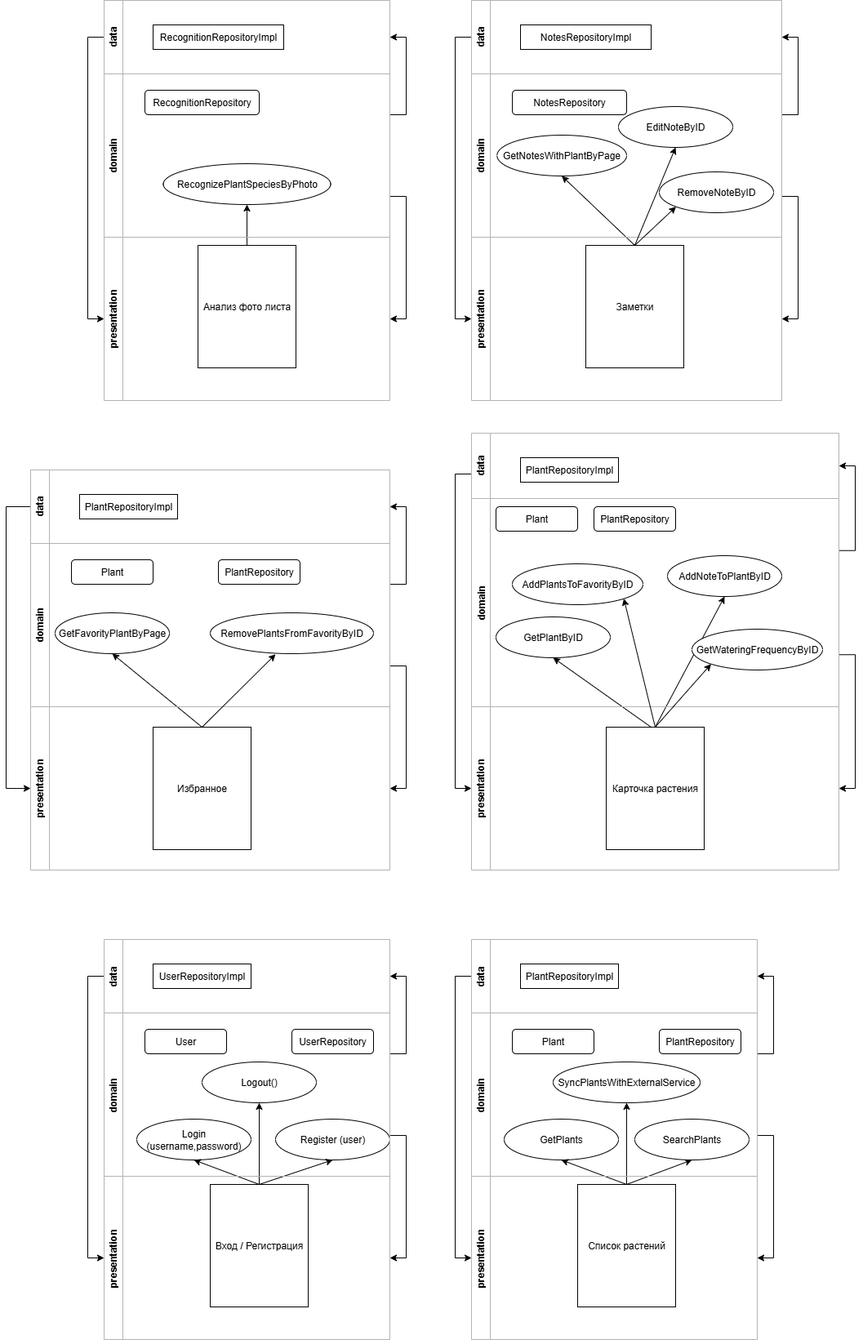
Before: Практическая работа 1/экраны.drawio.png, a diagram exported from draw.io (annakirichenko575/MobileDevelopment). Source tidied: cells renumbered, new cells last; positions are measured from the earlier drawing's top-left corner, leaving out a move shared by most shapes.
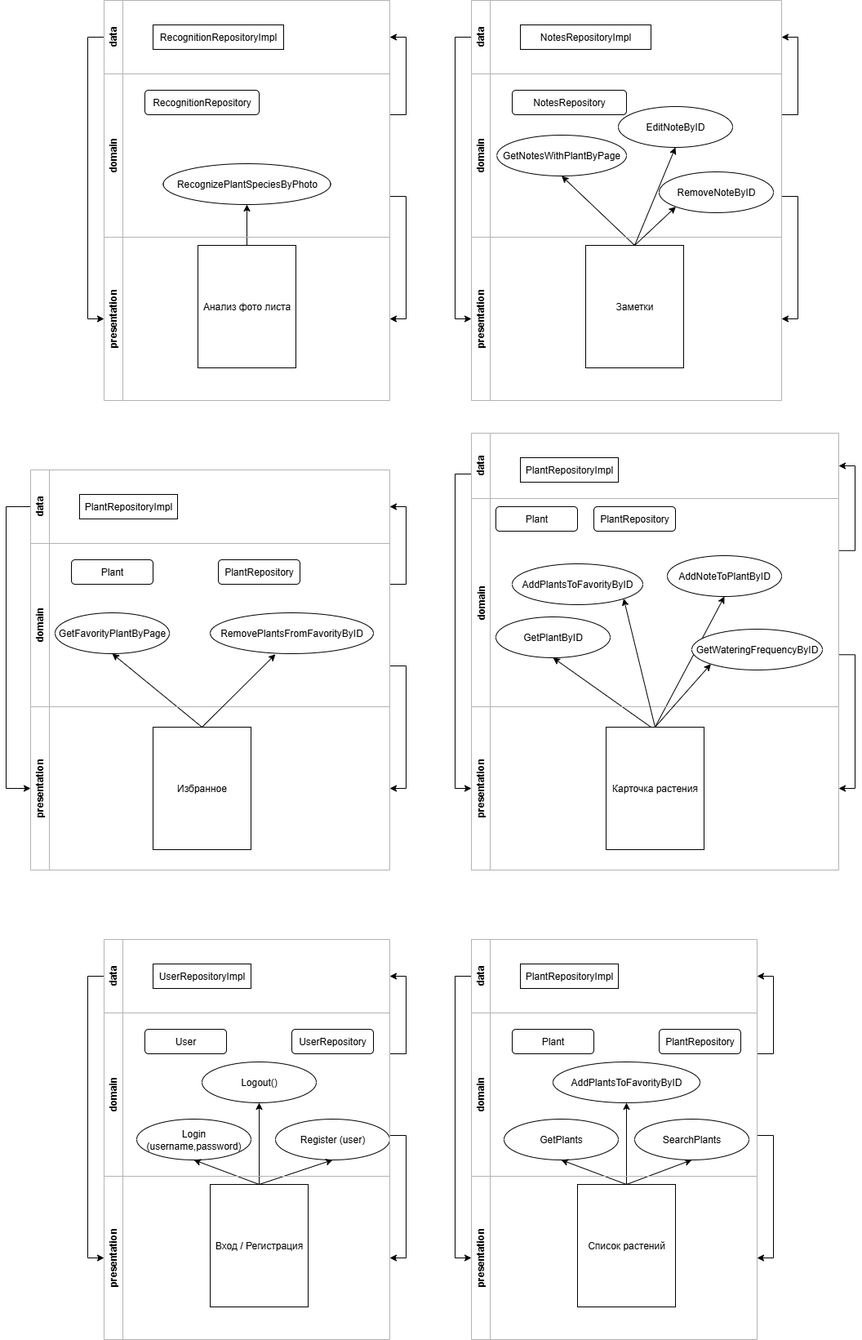
Later version of the same file.

What changed in the source:
```diff
@@ -95,7 +95,7 @@
     <mxCell id="29" value="PlantRepository" style="rounded=1;whiteSpace=wrap;html=1;" parent="26" vertex="1">
       <mxGeometry x="230" y="20" width="100" height="30" as="geometry" />
     </mxCell>
-    <mxCell id="30" value="SyncPlantsWithExternalService" style="ellipse;whiteSpace=wrap;html=1;" parent="26" vertex="1">
+    <mxCell id="30" value="AddPlantsToFavorityByID" style="ellipse;whiteSpace=wrap;html=1;" parent="26" vertex="1">
       <mxGeometry x="100" y="60" width="180" height="50" as="geometry" />
     </mxCell>
     <mxCell id="31" style="edgeStyle=orthogonalEdgeStyle;rounded=0;jettySize=auto;html=1;entryX=0;entryY=0.5;entryDx=0;entryDy=0;" parent="1" edge="1" source="32" target="23">
```
